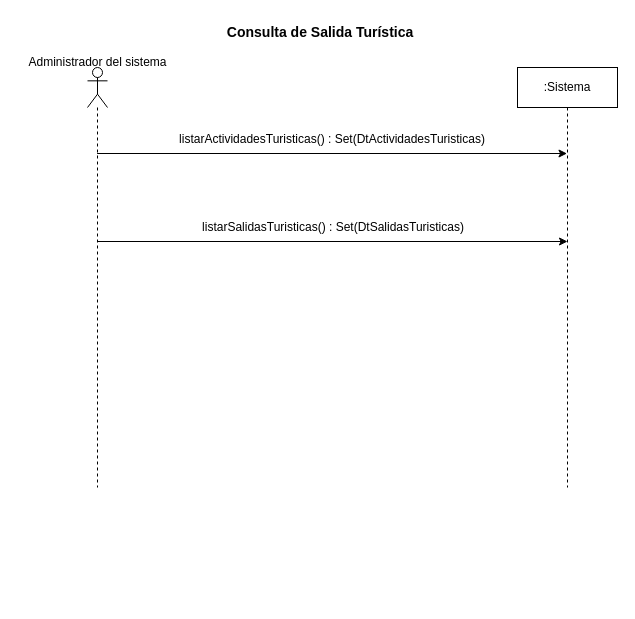
Before: page "CU7_ConsultaSalidaTurística" (5 of 5) of resources/Tarea1.drawio in rofernandezm/Tencnoinf_Pap2025_Tarea1, a draw.io diagram. Source tidied: cells renumbered, new cells numbered last; positions are measured from the earlier drawing's top-left corner, leaving out a move shared by most shapes. Both pictures are drawn from the tidied source at 100%, with x=0, y=0 at pixel (17, 17).
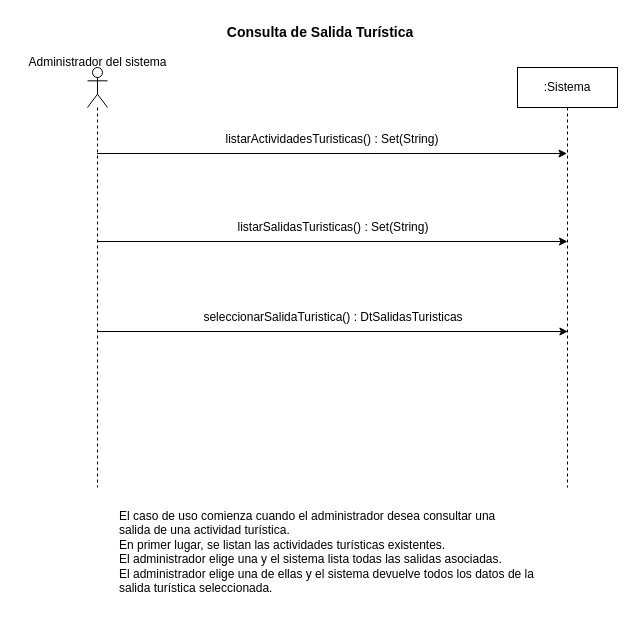
The same diagram, later.

Diff of the diagram source:
```diff
@@
 <mxGraphModel>
   <root>
     <mxCell id="0" />
     <mxCell id="1" parent="0" />
     <mxCell id="2" value="Consulta de Salida Turística&amp;nbsp;" style="text;html=1;align=center;verticalAlign=middle;whiteSpace=wrap;rounded=0;fontStyle=1;fontSize=14;" parent="1" vertex="1">
       <mxGeometry x="190" width="230" height="30" as="geometry" />
     </mxCell>
     <mxCell id="3" style="endArrow=classic;html=1;rounded=0;" parent="1" edge="1">
       <mxGeometry relative="1" as="geometry">
         <mxPoint x="79.6" y="136" as="sourcePoint" />
         <mxPoint x="549.5" y="136" as="targetPoint" />
       </mxGeometry>
     </mxCell>
     <mxCell id="4" style="shape=umlLifeline;perimeter=lifelinePerimeter;whiteSpace=wrap;html=1;newEdgeStyle={&quot;curved&quot;:0,&quot;rounded&quot;:0};participant=umlActor;" parent="1" vertex="1">
       <mxGeometry x="70" y="50" width="20" height="420" as="geometry" />
     </mxCell>
     <mxCell id="5" value=":Sistema" style="shape=umlLifeline;perimeter=lifelinePerimeter;whiteSpace=wrap;html=1;newEdgeStyle={&quot;curved&quot;:0,&quot;rounded&quot;:0};" parent="1" vertex="1">
       <mxGeometry x="500" y="50" width="100" height="420" as="geometry" />
     </mxCell>
     <mxCell id="6" value="Administrador del sistema" style="text;html=1;align=center;verticalAlign=middle;strokeColor=none;fillColor=none;" parent="1" vertex="1">
       <mxGeometry y="30" width="160" height="30" as="geometry" />
     </mxCell>
-    <mxCell id="7" value="listarActividadesTuristicas() : Set(DtActividadesTuristicas)" style="text;html=1;align=center;verticalAlign=middle;whiteSpace=wrap;rounded=0;" parent="1" vertex="1">
+    <mxCell id="7" value="listarActividadesTuristicas() : Set(String)" style="text;html=1;align=center;verticalAlign=middle;whiteSpace=wrap;rounded=0;" parent="1" vertex="1">
       <mxGeometry x="145" y="107" width="340" height="30" as="geometry" />
     </mxCell>
     <mxCell id="8" style="endArrow=classic;html=1;rounded=0;" parent="1" edge="1">
       <mxGeometry relative="1" as="geometry">
         <mxPoint x="80.1" y="224" as="sourcePoint" />
         <mxPoint x="550" y="224" as="targetPoint" />
       </mxGeometry>
     </mxCell>
-    <mxCell id="9" value="listarSalidasTuristicas() : Set(DtSalidasTuristicas)" style="text;html=1;align=center;verticalAlign=middle;whiteSpace=wrap;rounded=0;" parent="1" vertex="1">
+    <mxCell id="9" value="listarSalidasTuristicas() : Set(String)" style="text;html=1;align=center;verticalAlign=middle;whiteSpace=wrap;rounded=0;" parent="1" vertex="1">
       <mxGeometry x="145.5" y="195" width="340" height="30" as="geometry" />
     </mxCell>
+    <mxCell id="10" value="El caso de uso comienza cuando el administrador desea consultar una &lt;br&gt;salida de una actividad turística.&amp;nbsp;&lt;div&gt;En primer lugar, se listan las actividades turísticas existentes.&amp;nbsp;&lt;/div&gt;&lt;div&gt;El administrador elige una y el sistema lista todas las salidas asociadas.&amp;nbsp;&lt;/div&gt;&lt;div&gt;El  administrador  elige  una de ellas  y  el  sistema devuelve todos los datos de la salida turística seleccionada.&lt;/div&gt;" style="text;whiteSpace=wrap;html=1;" parent="1" vertex="1">
+      <mxGeometry x="100" y="485" width="430" height="100" as="geometry" />
+    </mxCell>
+    <mxCell id="11" style="endArrow=classic;html=1;rounded=0;" parent="1" edge="1">
+      <mxGeometry relative="1" as="geometry">
+        <mxPoint x="80.5" y="314" as="sourcePoint" />
+        <mxPoint x="550.4" y="314" as="targetPoint" />
+      </mxGeometry>
+    </mxCell>
+    <mxCell id="12" value="seleccionarSalidaTuristica() : DtSalidasTuristicas" style="text;html=1;align=center;verticalAlign=middle;whiteSpace=wrap;rounded=0;" parent="1" vertex="1">
+      <mxGeometry x="145.9" y="285" width="340" height="30" as="geometry" />
+    </mxCell>
   </root>
 </mxGraphModel>
```
